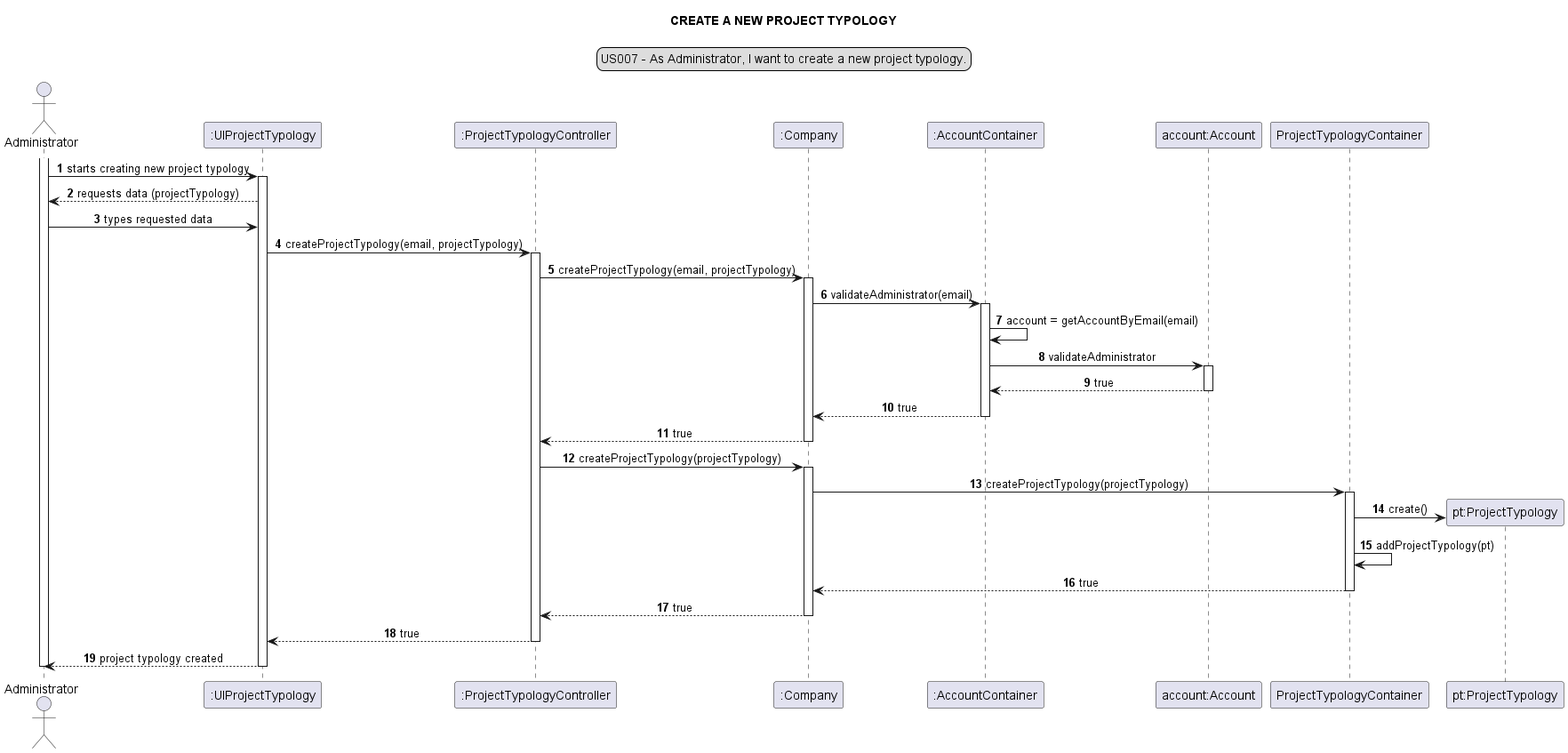
Earlier version of the PlantUML export docs/modelling_design/user_stories/sprint02/us007/US007_sequenceDiagram-CREATE_A_NEW_PROJECT_TYPOLOGY.png (Loracline/project_switch_22-23).
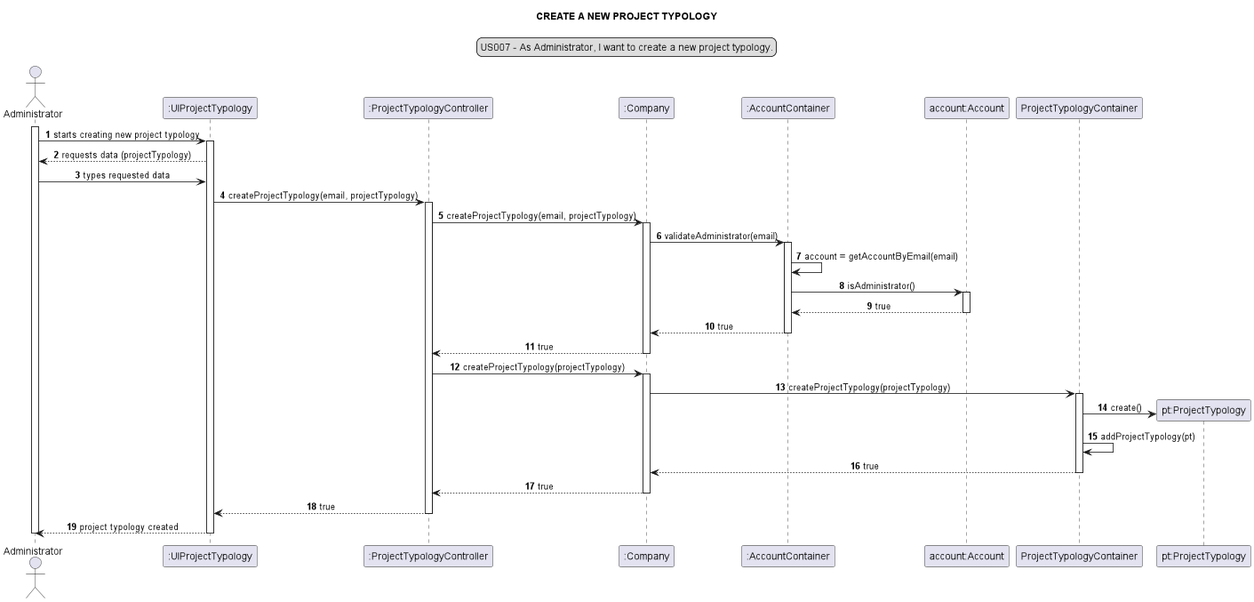
The same diagram one commit later.

Commit message:
US007: Design: image replacement US007_classDiagram, US007_sequenceDiagram

Change to the diagram source:
```diff
@@ -29,7 +29,7 @@
 c -> acc: validateAdministrator(email)
 activate acc
 acc -> acc: account = getAccountByEmail(email)
-acc -> ac: validateAdministrator
+acc -> ac: isAdministrator()
 activate ac
 ac --> acc: true
 deactivate ac
```
